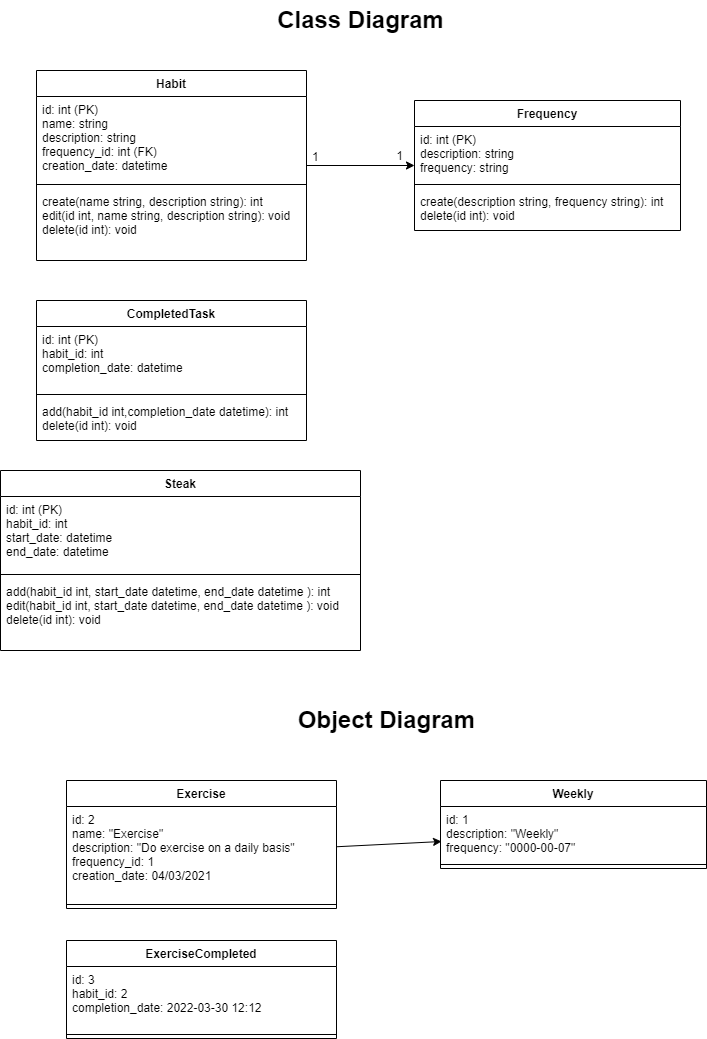
The draw.io diagram OOFPP_Habits_Phase1/HabitTrackerClassdiagram_01.drawio.png in gerharddev/oof_habits_project, before a commit. Source tidied: cells renumbered, new cells last; positions are measured from the earlier drawing's top-left corner, leaving out a move shared by most shapes. Its diagram source:
```xml
<mxGraphModel>
  <root>
    <mxCell id="0" />
    <mxCell id="1" parent="0" />
    <mxCell id="2" value="Exercise" style="swimlane;fontStyle=1;align=center;verticalAlign=top;horizontal=1;startSize=26;" parent="1" vertex="1">
      <mxGeometry x="66" y="780" width="270" height="128" as="geometry" />
    </mxCell>
    <mxCell id="3" value="id: 2&#10;name: &quot;Exercise&quot;&#10;description: &quot;Do exercise on a daily basis&quot;&#10;frequency_id: 1&#10;creation_date: 04/03/2021" style="text;strokeColor=none;fillColor=none;align=left;verticalAlign=top;spacingLeft=4;spacingRight=4;overflow=hidden;points=[[0,0.5],[1,0.5]];portConstraint=eastwest;" parent="2" vertex="1">
      <mxGeometry y="26" width="270" height="94" as="geometry" />
    </mxCell>
    <mxCell id="4" style="line;strokeWidth=1;fillColor=none;align=left;verticalAlign=middle;spacingTop=-1;spacingLeft=3;spacingRight=3;labelPosition=right;" parent="2" vertex="1">
      <mxGeometry y="120" width="270" height="8" as="geometry" />
    </mxCell>
    <mxCell id="5" style="rounded=0;jettySize=auto;html=1;" parent="1" edge="1" source="6" target="10">
      <mxGeometry relative="1" as="geometry" />
    </mxCell>
    <mxCell id="6" value="Habit" style="swimlane;fontStyle=1;align=center;verticalAlign=top;horizontal=1;startSize=26;" parent="1" vertex="1">
      <mxGeometry x="36" y="70" width="270" height="190" as="geometry" />
    </mxCell>
    <mxCell id="7" value="id: int (PK)&#10;name: string&#10;description: string&#10;frequency_id: int (FK)&#10;creation_date: datetime&#10;" style="text;strokeColor=none;fillColor=none;align=left;verticalAlign=top;spacingLeft=4;spacingRight=4;overflow=hidden;" parent="6" vertex="1">
      <mxGeometry y="26" width="270" height="84" as="geometry" />
    </mxCell>
    <mxCell id="8" style="line;strokeWidth=1;fillColor=none;align=left;verticalAlign=middle;spacingTop=-1;spacingLeft=3;spacingRight=3;labelPosition=right;" parent="6" vertex="1">
      <mxGeometry y="110" width="270" height="8" as="geometry" />
    </mxCell>
    <mxCell id="9" value="create(name string, description string): int&#10;edit(id int, name string, description string): void&#10;delete(id int): void" style="text;strokeColor=none;fillColor=none;align=left;verticalAlign=top;spacingLeft=4;spacingRight=4;overflow=hidden;" parent="6" vertex="1">
      <mxGeometry y="118" width="270" height="72" as="geometry" />
    </mxCell>
    <mxCell id="10" value="Frequency" style="swimlane;fontStyle=1;align=center;verticalAlign=top;horizontal=1;startSize=26;" parent="1" vertex="1">
      <mxGeometry x="414" y="100" width="266" height="130" as="geometry" />
    </mxCell>
    <mxCell id="11" value="id: int (PK)&#10;description: string&#10;frequency: string&#10;" style="text;strokeColor=none;fillColor=none;align=left;verticalAlign=top;spacingLeft=4;spacingRight=4;overflow=hidden;" parent="10" vertex="1">
      <mxGeometry y="26" width="266" height="54" as="geometry" />
    </mxCell>
    <mxCell id="12" style="line;strokeWidth=1;fillColor=none;align=left;verticalAlign=middle;spacingTop=-1;spacingLeft=3;spacingRight=3;labelPosition=right;" parent="10" vertex="1">
      <mxGeometry y="80" width="266" height="8" as="geometry" />
    </mxCell>
    <mxCell id="13" value="create(description string, frequency string): int&#10;delete(id int): void" style="text;strokeColor=none;fillColor=none;align=left;verticalAlign=top;spacingLeft=4;spacingRight=4;overflow=hidden;" parent="10" vertex="1">
      <mxGeometry y="88" width="266" height="42" as="geometry" />
    </mxCell>
    <mxCell id="14" value="Weekly" style="swimlane;fontStyle=1;align=center;verticalAlign=top;horizontal=1;startSize=26;" parent="1" vertex="1">
      <mxGeometry x="440" y="780" width="266" height="88" as="geometry" />
    </mxCell>
    <mxCell id="15" value="id: 1&#10;description: &quot;Weekly&quot;&#10;frequency: &quot;0000-00-07&quot;&#10;" style="text;strokeColor=none;fillColor=none;align=left;verticalAlign=top;spacingLeft=4;spacingRight=4;overflow=hidden;points=[[0,0.5],[1,0.5]];portConstraint=eastwest;" parent="14" vertex="1">
      <mxGeometry y="26" width="266" height="54" as="geometry" />
    </mxCell>
    <mxCell id="16" style="line;strokeWidth=1;fillColor=none;align=left;verticalAlign=middle;spacingTop=-1;spacingLeft=3;spacingRight=3;labelPosition=right;" parent="14" vertex="1">
      <mxGeometry y="80" width="266" height="8" as="geometry" />
    </mxCell>
    <mxCell id="17" style="edgeStyle=none;rounded=0;jettySize=auto;html=1;entryX=0.004;entryY=0.648;entryDx=0;entryDy=0;entryPerimeter=0;" parent="1" edge="1" source="3" target="15">
      <mxGeometry relative="1" as="geometry" />
    </mxCell>
    <mxCell id="18" value="1" style="align=right;verticalAlign=bottom;labelBackgroundColor=none;fontSize=12;" parent="1" vertex="1">
      <mxGeometry x="400" y="175" as="geometry">
        <mxPoint x="4" y="-11" as="offset" />
      </mxGeometry>
    </mxCell>
    <mxCell id="19" value="1" style="align=left;verticalAlign=bottom;labelBackgroundColor=none;fontSize=12;" parent="1" vertex="1">
      <mxGeometry x="310" y="165" as="geometry" />
    </mxCell>
    <mxCell id="20" value="CompletedTask" style="swimlane;fontStyle=1;align=center;verticalAlign=top;horizontal=1;startSize=26;" parent="1" vertex="1">
      <mxGeometry x="36" y="300" width="270" height="140" as="geometry" />
    </mxCell>
    <mxCell id="21" value="id: int (PK)&#10;habit_id: int&#10;completion_date: datetime" style="text;strokeColor=none;fillColor=none;align=left;verticalAlign=top;spacingLeft=4;spacingRight=4;overflow=hidden;" parent="20" vertex="1">
      <mxGeometry y="26" width="270" height="64" as="geometry" />
    </mxCell>
    <mxCell id="22" style="line;strokeWidth=1;fillColor=none;align=left;verticalAlign=middle;spacingTop=-1;spacingLeft=3;spacingRight=3;labelPosition=right;" parent="20" vertex="1">
      <mxGeometry y="90" width="270" height="8" as="geometry" />
    </mxCell>
    <mxCell id="23" value="add(habit_id int,completion_date datetime): int&#10;delete(id int): void" style="text;strokeColor=none;fillColor=none;align=left;verticalAlign=top;spacingLeft=4;spacingRight=4;overflow=hidden;" parent="20" vertex="1">
      <mxGeometry y="98" width="270" height="42" as="geometry" />
    </mxCell>
    <mxCell id="24" value="Class Diagram" style="text;strokeColor=none;fillColor=none;html=1;fontSize=24;fontStyle=1;verticalAlign=middle;align=center;" parent="1" vertex="1">
      <mxGeometry x="310" width="100" height="40" as="geometry" />
    </mxCell>
    <mxCell id="25" value="Object Diagram" style="text;strokeColor=none;fillColor=none;html=1;fontSize=24;fontStyle=1;verticalAlign=middle;align=center;" parent="1" vertex="1">
      <mxGeometry x="336" y="700" width="100" height="40" as="geometry" />
    </mxCell>
    <mxCell id="26" value="Steak" style="swimlane;fontStyle=1;align=center;verticalAlign=top;horizontal=1;startSize=26;" parent="1" vertex="1">
      <mxGeometry y="470" width="360" height="180" as="geometry" />
    </mxCell>
    <mxCell id="27" value="id: int (PK)&#10;habit_id: int&#10;start_date: datetime&#10;end_date: datetime" style="text;strokeColor=none;fillColor=none;align=left;verticalAlign=top;spacingLeft=4;spacingRight=4;overflow=hidden;" parent="26" vertex="1">
      <mxGeometry y="26" width="360" height="74" as="geometry" />
    </mxCell>
    <mxCell id="28" style="line;strokeWidth=1;fillColor=none;align=left;verticalAlign=middle;spacingTop=-1;spacingLeft=3;spacingRight=3;labelPosition=right;" parent="26" vertex="1">
      <mxGeometry y="100" width="360" height="8" as="geometry" />
    </mxCell>
    <mxCell id="29" value="add(habit_id int, start_date datetime, end_date datetime ): int&#10;edit(habit_id int, start_date datetime, end_date datetime ): void&#10;delete(id int): void" style="text;strokeColor=none;fillColor=none;align=left;verticalAlign=top;spacingLeft=4;spacingRight=4;overflow=hidden;" parent="26" vertex="1">
      <mxGeometry y="108" width="360" height="72" as="geometry" />
    </mxCell>
    <mxCell id="30" value="ExerciseCompleted" style="swimlane;fontStyle=1;align=center;verticalAlign=top;horizontal=1;startSize=26;" parent="1" vertex="1">
      <mxGeometry x="66" y="940" width="270" height="98" as="geometry" />
    </mxCell>
    <mxCell id="31" value="id: 3&#10;habit_id: 2&#10;completion_date: 2022-03-30 12:12" style="text;strokeColor=none;fillColor=none;align=left;verticalAlign=top;spacingLeft=4;spacingRight=4;overflow=hidden;" parent="30" vertex="1">
      <mxGeometry y="26" width="270" height="64" as="geometry" />
    </mxCell>
    <mxCell id="32" style="line;strokeWidth=1;fillColor=none;align=left;verticalAlign=middle;spacingTop=-1;spacingLeft=3;spacingRight=3;labelPosition=right;" parent="30" vertex="1">
      <mxGeometry y="90" width="270" height="8" as="geometry" />
    </mxCell>
  </root>
</mxGraphModel>
```
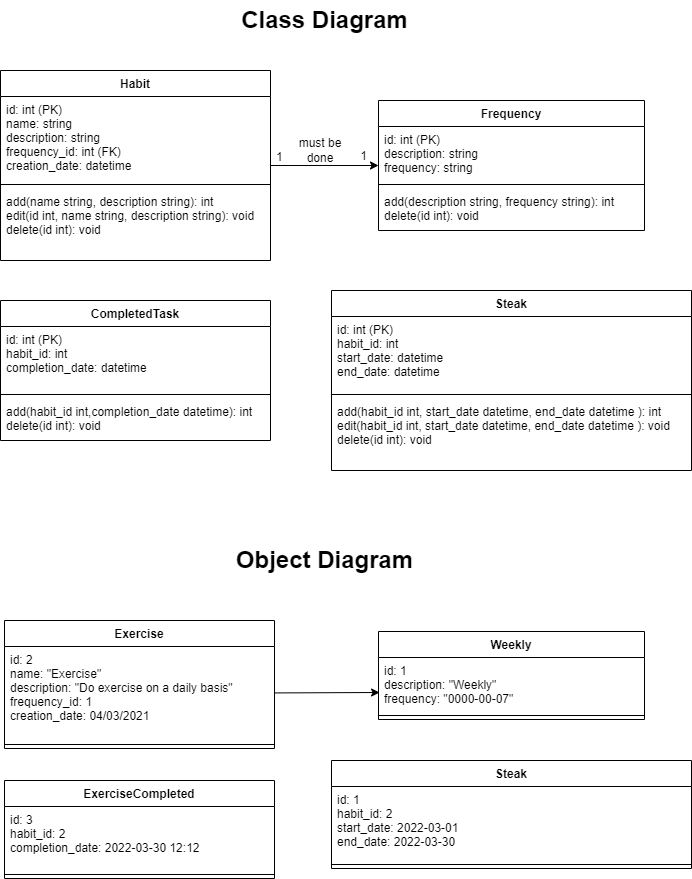
The same diagram one commit later.

Commit message:
Class and Object diagram finished

Diff of the diagram source:
```diff
@@ -3,7 +3,7 @@
     <mxCell id="0" />
     <mxCell id="1" parent="0" />
     <mxCell id="2" value="Exercise" style="swimlane;fontStyle=1;align=center;verticalAlign=top;horizontal=1;startSize=26;" parent="1" vertex="1">
-      <mxGeometry x="66" y="780" width="270" height="128" as="geometry" />
+      <mxGeometry x="40" y="620" width="270" height="128" as="geometry" />
     </mxCell>
     <mxCell id="3" value="id: 2&#10;name: &quot;Exercise&quot;&#10;description: &quot;Do exercise on a daily basis&quot;&#10;frequency_id: 1&#10;creation_date: 04/03/2021" style="text;strokeColor=none;fillColor=none;align=left;verticalAlign=top;spacingLeft=4;spacingRight=4;overflow=hidden;points=[[0,0.5],[1,0.5]];portConstraint=eastwest;" parent="2" vertex="1">
       <mxGeometry y="26" width="270" height="94" as="geometry" />
@@ -23,7 +23,7 @@
     <mxCell id="8" style="line;strokeWidth=1;fillColor=none;align=left;verticalAlign=middle;spacingTop=-1;spacingLeft=3;spacingRight=3;labelPosition=right;" parent="6" vertex="1">
       <mxGeometry y="110" width="270" height="8" as="geometry" />
     </mxCell>
-    <mxCell id="9" value="create(name string, description string): int&#10;edit(id int, name string, description string): void&#10;delete(id int): void" style="text;strokeColor=none;fillColor=none;align=left;verticalAlign=top;spacingLeft=4;spacingRight=4;overflow=hidden;" parent="6" vertex="1">
+    <mxCell id="9" value="add(name string, description string): int&#10;edit(id int, name string, description string): void&#10;delete(id int): void" style="text;strokeColor=none;fillColor=none;align=left;verticalAlign=top;spacingLeft=4;spacingRight=4;overflow=hidden;" parent="6" vertex="1">
       <mxGeometry y="118" width="270" height="72" as="geometry" />
     </mxCell>
     <mxCell id="10" value="Frequency" style="swimlane;fontStyle=1;align=center;verticalAlign=top;horizontal=1;startSize=26;" parent="1" vertex="1">
@@ -35,11 +35,11 @@
     <mxCell id="12" style="line;strokeWidth=1;fillColor=none;align=left;verticalAlign=middle;spacingTop=-1;spacingLeft=3;spacingRight=3;labelPosition=right;" parent="10" vertex="1">
       <mxGeometry y="80" width="266" height="8" as="geometry" />
     </mxCell>
-    <mxCell id="13" value="create(description string, frequency string): int&#10;delete(id int): void" style="text;strokeColor=none;fillColor=none;align=left;verticalAlign=top;spacingLeft=4;spacingRight=4;overflow=hidden;" parent="10" vertex="1">
+    <mxCell id="13" value="add(description string, frequency string): int&#10;delete(id int): void" style="text;strokeColor=none;fillColor=none;align=left;verticalAlign=top;spacingLeft=4;spacingRight=4;overflow=hidden;" parent="10" vertex="1">
       <mxGeometry y="88" width="266" height="42" as="geometry" />
     </mxCell>
     <mxCell id="14" value="Weekly" style="swimlane;fontStyle=1;align=center;verticalAlign=top;horizontal=1;startSize=26;" parent="1" vertex="1">
-      <mxGeometry x="440" y="780" width="266" height="88" as="geometry" />
+      <mxGeometry x="414" y="631" width="266" height="88" as="geometry" />
     </mxCell>
     <mxCell id="15" value="id: 1&#10;description: &quot;Weekly&quot;&#10;frequency: &quot;0000-00-07&quot;&#10;" style="text;strokeColor=none;fillColor=none;align=left;verticalAlign=top;spacingLeft=4;spacingRight=4;overflow=hidden;points=[[0,0.5],[1,0.5]];portConstraint=eastwest;" parent="14" vertex="1">
       <mxGeometry y="26" width="266" height="54" as="geometry" />
@@ -74,10 +74,10 @@
       <mxGeometry x="310" width="100" height="40" as="geometry" />
     </mxCell>
     <mxCell id="25" value="Object Diagram" style="text;strokeColor=none;fillColor=none;html=1;fontSize=24;fontStyle=1;verticalAlign=middle;align=center;" parent="1" vertex="1">
-      <mxGeometry x="336" y="700" width="100" height="40" as="geometry" />
+      <mxGeometry x="310" y="540" width="100" height="40" as="geometry" />
     </mxCell>
     <mxCell id="26" value="Steak" style="swimlane;fontStyle=1;align=center;verticalAlign=top;horizontal=1;startSize=26;" parent="1" vertex="1">
-      <mxGeometry y="470" width="360" height="180" as="geometry" />
+      <mxGeometry x="367" y="290" width="360" height="180" as="geometry" />
     </mxCell>
     <mxCell id="27" value="id: int (PK)&#10;habit_id: int&#10;start_date: datetime&#10;end_date: datetime" style="text;strokeColor=none;fillColor=none;align=left;verticalAlign=top;spacingLeft=4;spacingRight=4;overflow=hidden;" parent="26" vertex="1">
       <mxGeometry y="26" width="360" height="74" as="geometry" />
@@ -89,7 +89,7 @@
       <mxGeometry y="108" width="360" height="72" as="geometry" />
     </mxCell>
     <mxCell id="30" value="ExerciseCompleted" style="swimlane;fontStyle=1;align=center;verticalAlign=top;horizontal=1;startSize=26;" parent="1" vertex="1">
-      <mxGeometry x="66" y="940" width="270" height="98" as="geometry" />
+      <mxGeometry x="40" y="780" width="270" height="98" as="geometry" />
     </mxCell>
     <mxCell id="31" value="id: 3&#10;habit_id: 2&#10;completion_date: 2022-03-30 12:12" style="text;strokeColor=none;fillColor=none;align=left;verticalAlign=top;spacingLeft=4;spacingRight=4;overflow=hidden;" parent="30" vertex="1">
       <mxGeometry y="26" width="270" height="64" as="geometry" />
@@ -97,5 +97,17 @@
     <mxCell id="32" style="line;strokeWidth=1;fillColor=none;align=left;verticalAlign=middle;spacingTop=-1;spacingLeft=3;spacingRight=3;labelPosition=right;" parent="30" vertex="1">
       <mxGeometry y="90" width="270" height="8" as="geometry" />
     </mxCell>
+    <mxCell id="33" value="must be done" style="text;html=1;strokeColor=none;fillColor=none;align=center;verticalAlign=middle;whiteSpace=wrap;rounded=0;" parent="1" vertex="1">
+      <mxGeometry x="326" y="135" width="60" height="30" as="geometry" />
+    </mxCell>
+    <mxCell id="34" value="Steak" style="swimlane;fontStyle=1;align=center;verticalAlign=top;horizontal=1;startSize=26;" parent="1" vertex="1">
+      <mxGeometry x="367" y="760" width="360" height="108" as="geometry" />
+    </mxCell>
+    <mxCell id="35" value="id: 1&#10;habit_id: 2&#10;start_date: 2022-03-01&#10;end_date: 2022-03-30" style="text;strokeColor=none;fillColor=none;align=left;verticalAlign=top;spacingLeft=4;spacingRight=4;overflow=hidden;" parent="34" vertex="1">
+      <mxGeometry y="26" width="360" height="74" as="geometry" />
+    </mxCell>
+    <mxCell id="36" style="line;strokeWidth=1;fillColor=none;align=left;verticalAlign=middle;spacingTop=-1;spacingLeft=3;spacingRight=3;labelPosition=right;" parent="34" vertex="1">
+      <mxGeometry y="100" width="360" height="8" as="geometry" />
+    </mxCell>
   </root>
 </mxGraphModel>
```
